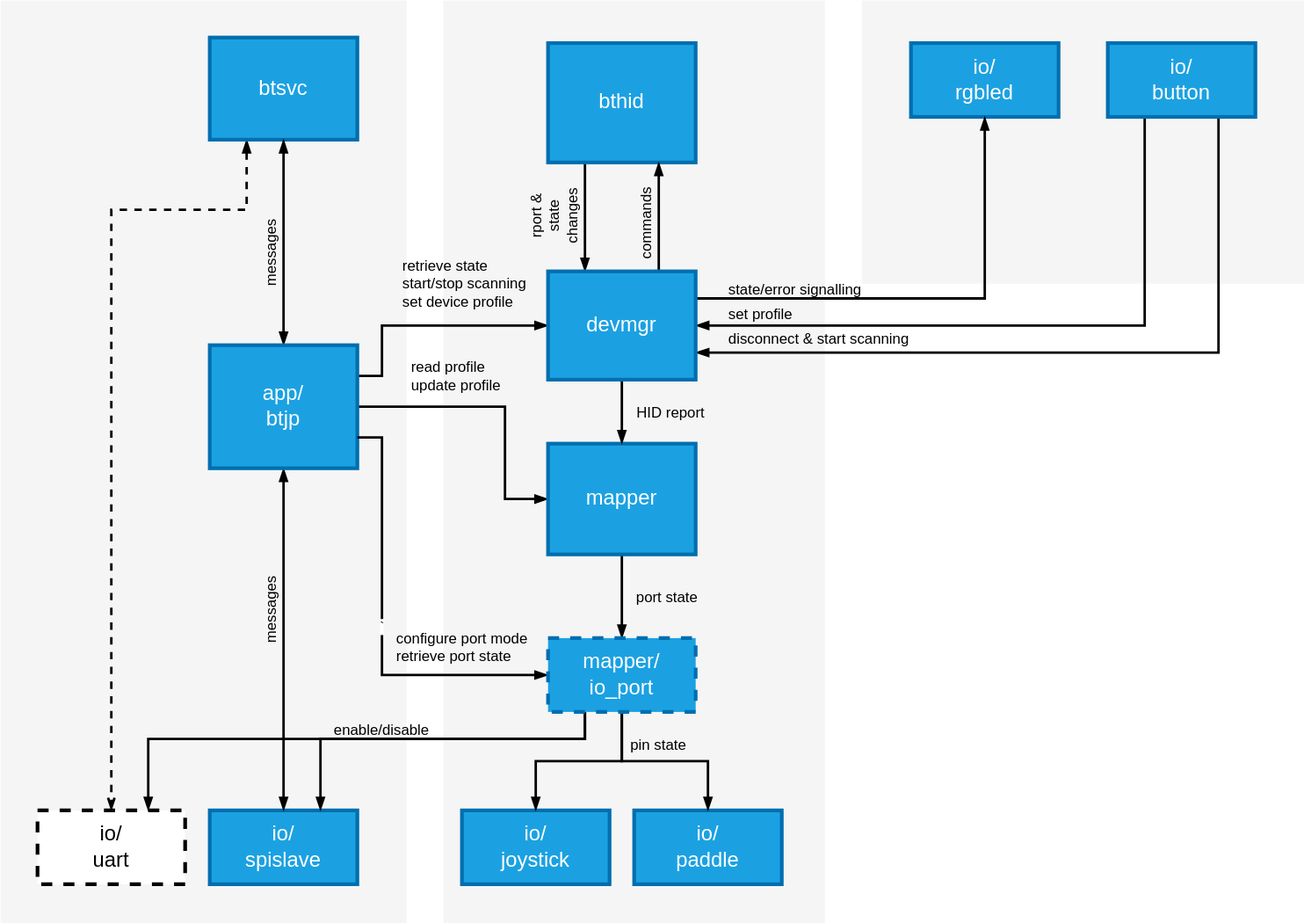
Above: doc/images/arch.drawio.svg in cepetr/blue2joy (draw.io), before the change. Source tidied: cells renumbered, new cells last; positions are measured from the earlier drawing's top-left corner, leaving out a move shared by most shapes. Source of this version:
```xml
<mxGraphModel>
  <root>
    <mxCell id="0" />
    <mxCell id="1" parent="0" />
    <mxCell id="2" style="rounded=0;whiteSpace=wrap;html=1;fillColor=#f5f5f5;fontColor=#333333;strokeColor=none;" parent="1" vertex="1">
      <mxGeometry width="330" height="750" as="geometry" />
    </mxCell>
    <mxCell id="3" style="rounded=0;whiteSpace=wrap;html=1;fillColor=#f5f5f5;fontColor=#333333;strokeColor=none;" parent="1" vertex="1">
      <mxGeometry x="700" width="360" height="230" as="geometry" />
    </mxCell>
    <mxCell id="4" style="rounded=0;whiteSpace=wrap;html=1;fillColor=#f5f5f5;fontColor=#333333;strokeColor=none;" parent="1" vertex="1">
      <mxGeometry x="360" width="310" height="750" as="geometry" />
    </mxCell>
    <mxCell id="5" style="edgeStyle=orthogonalEdgeStyle;rounded=0;jettySize=auto;html=1;exitX=0.25;exitY=1;exitDx=0;exitDy=0;entryX=1;entryY=0.5;entryDx=0;entryDy=0;strokeWidth=2;endArrow=blockThin;endFill=1;" parent="1" edge="1" source="7" target="33">
      <mxGeometry relative="1" as="geometry">
        <Array as="points">
          <mxPoint x="930" y="264" />
        </Array>
      </mxGeometry>
    </mxCell>
    <mxCell id="6" style="edgeStyle=orthogonalEdgeStyle;rounded=0;jettySize=auto;html=1;exitX=0.75;exitY=1;exitDx=0;exitDy=0;entryX=1;entryY=0.75;entryDx=0;entryDy=0;strokeWidth=2;endArrow=blockThin;endFill=1;" parent="1" edge="1" source="7" target="33">
      <mxGeometry relative="1" as="geometry" />
    </mxCell>
    <mxCell id="7" value="&lt;font style=&quot;color: rgb(255, 255, 255);&quot;&gt;io/&lt;/font&gt;&lt;div&gt;&lt;font style=&quot;color: rgb(255, 255, 255);&quot;&gt;button&lt;/font&gt;&lt;/div&gt;" style="rounded=0;whiteSpace=wrap;html=1;strokeWidth=3;fontSize=17;fontStyle=0;fillColor=#1ba1e2;strokeColor=#006EAF;fontColor=#ffffff;" parent="1" vertex="1">
      <mxGeometry x="900" y="34.5" width="120" height="60" as="geometry" />
    </mxCell>
    <mxCell id="8" value="&lt;font style=&quot;color: rgb(255, 255, 255);&quot;&gt;io/&lt;/font&gt;&lt;div&gt;&lt;font style=&quot;color: rgb(255, 255, 255);&quot;&gt;rgbled&lt;/font&gt;&lt;/div&gt;" style="rounded=0;whiteSpace=wrap;html=1;strokeWidth=3;fontSize=17;fontStyle=0;fillColor=#1ba1e2;strokeColor=#006EAF;fontColor=#ffffff;" parent="1" vertex="1">
      <mxGeometry x="740" y="34.5" width="120" height="60" as="geometry" />
    </mxCell>
    <mxCell id="9" style="edgeStyle=orthogonalEdgeStyle;rounded=0;jettySize=auto;html=1;exitX=0.25;exitY=1;exitDx=0;exitDy=0;entryX=0.5;entryY=0;entryDx=0;entryDy=0;startArrow=blockThin;startFill=1;strokeWidth=2;endArrow=openThin;endFill=0;strokeColor=#000000;dashed=1;" parent="1" edge="1" source="10" target="14">
      <mxGeometry relative="1" as="geometry">
        <Array as="points">
          <mxPoint x="200" y="170" />
          <mxPoint x="90" y="170" />
        </Array>
      </mxGeometry>
    </mxCell>
    <mxCell id="10" value="btsvc" style="rounded=0;whiteSpace=wrap;html=1;strokeWidth=3;fontSize=17;fontStyle=0;fillColor=#1ba1e2;strokeColor=#006EAF;fontColor=#ffffff;" parent="1" vertex="1">
      <mxGeometry x="170" y="30" width="120" height="83" as="geometry" />
    </mxCell>
    <mxCell id="11" value="&lt;font style=&quot;color: rgb(255, 255, 255);&quot;&gt;io/&lt;/font&gt;&lt;div&gt;&lt;font style=&quot;color: rgb(255, 255, 255);&quot;&gt;spislave&lt;/font&gt;&lt;/div&gt;" style="rounded=0;whiteSpace=wrap;html=1;strokeWidth=3;fontSize=17;fontStyle=0;fillColor=#1ba1e2;strokeColor=#006EAF;fontColor=#ffffff;" parent="1" vertex="1">
      <mxGeometry x="170" y="658" width="120" height="60" as="geometry" />
    </mxCell>
    <mxCell id="12" value="&lt;font style=&quot;color: rgb(255, 255, 255);&quot;&gt;io/&lt;/font&gt;&lt;div&gt;&lt;font style=&quot;color: rgb(255, 255, 255);&quot;&gt;joystick&lt;/font&gt;&lt;/div&gt;" style="rounded=0;whiteSpace=wrap;html=1;strokeWidth=3;fontSize=17;fontStyle=0;fillColor=#1ba1e2;strokeColor=#006EAF;fontColor=#ffffff;" parent="1" vertex="1">
      <mxGeometry x="375" y="658" width="120" height="60" as="geometry" />
    </mxCell>
    <mxCell id="13" value="&lt;font style=&quot;color: rgb(255, 255, 255);&quot;&gt;io/&lt;/font&gt;&lt;div&gt;&lt;font style=&quot;color: rgb(255, 255, 255);&quot;&gt;paddle&lt;/font&gt;&lt;/div&gt;" style="rounded=0;whiteSpace=wrap;html=1;strokeWidth=3;fontSize=17;fontStyle=0;fillColor=#1ba1e2;strokeColor=#006EAF;fontColor=#ffffff;" parent="1" vertex="1">
      <mxGeometry x="515" y="658" width="120" height="60" as="geometry" />
    </mxCell>
    <mxCell id="14" value="io/&lt;div&gt;uart&lt;/div&gt;" style="rounded=0;whiteSpace=wrap;html=1;dashed=1;strokeWidth=3;fontSize=17;fontStyle=0;" parent="1" vertex="1">
      <mxGeometry x="30" y="658" width="120" height="60" as="geometry" />
    </mxCell>
    <mxCell id="15" style="edgeStyle=orthogonalEdgeStyle;rounded=0;jettySize=auto;html=1;exitX=0.5;exitY=0;exitDx=0;exitDy=0;entryX=0.5;entryY=1;entryDx=0;entryDy=0;startArrow=blockThin;startFill=1;strokeWidth=2;endArrow=blockThin;endFill=1;" parent="1" edge="1" source="19" target="10">
      <mxGeometry relative="1" as="geometry">
        <Array as="points">
          <mxPoint x="230" y="198" />
          <mxPoint x="230" y="198" />
        </Array>
      </mxGeometry>
    </mxCell>
    <mxCell id="16" style="edgeStyle=orthogonalEdgeStyle;rounded=0;jettySize=auto;html=1;exitX=0.5;exitY=1;exitDx=0;exitDy=0;entryX=0.5;entryY=0;entryDx=0;entryDy=0;startArrow=blockThin;startFill=1;strokeWidth=2;endArrow=blockThin;endFill=1;" parent="1" edge="1" source="19" target="11">
      <mxGeometry relative="1" as="geometry">
        <Array as="points">
          <mxPoint x="230" y="608" />
          <mxPoint x="230" y="608" />
        </Array>
      </mxGeometry>
    </mxCell>
    <mxCell id="17" style="edgeStyle=orthogonalEdgeStyle;rounded=0;jettySize=auto;html=1;exitX=1;exitY=0.25;exitDx=0;exitDy=0;entryX=0;entryY=0.5;entryDx=0;entryDy=0;strokeWidth=2;endArrow=blockThin;endFill=1;" parent="1" edge="1" source="19" target="33">
      <mxGeometry relative="1" as="geometry">
        <Array as="points">
          <mxPoint x="310" y="305" />
          <mxPoint x="310" y="264" />
        </Array>
      </mxGeometry>
    </mxCell>
    <mxCell id="18" style="edgeStyle=orthogonalEdgeStyle;rounded=0;jettySize=auto;html=1;exitX=1;exitY=0.5;exitDx=0;exitDy=0;strokeWidth=2;endArrow=blockThin;endFill=1;" parent="1" edge="1" source="19" target="21">
      <mxGeometry relative="1" as="geometry">
        <Array as="points">
          <mxPoint x="410" y="330" />
          <mxPoint x="410" y="405" />
        </Array>
      </mxGeometry>
    </mxCell>
    <mxCell id="19" value="app/&lt;br&gt;btjp" style="rounded=0;whiteSpace=wrap;html=1;strokeWidth=3;fontSize=17;fontStyle=0;fillColor=#1ba1e2;strokeColor=#006EAF;fontColor=#ffffff;" parent="1" vertex="1">
      <mxGeometry x="170" y="280" width="120" height="100" as="geometry" />
    </mxCell>
    <mxCell id="20" style="edgeStyle=orthogonalEdgeStyle;rounded=0;jettySize=auto;html=1;exitX=0.5;exitY=1;exitDx=0;exitDy=0;entryX=0.5;entryY=0;entryDx=0;entryDy=0;strokeWidth=2;endArrow=blockThin;endFill=1;" parent="1" edge="1" source="21" target="29">
      <mxGeometry relative="1" as="geometry">
        <Array as="points">
          <mxPoint x="505" y="508" />
          <mxPoint x="505" y="508" />
        </Array>
      </mxGeometry>
    </mxCell>
    <mxCell id="21" value="mapper" style="rounded=0;whiteSpace=wrap;html=1;strokeWidth=3;fontSize=17;fontStyle=0;fillColor=#1ba1e2;strokeColor=#006EAF;fontColor=#ffffff;" parent="1" vertex="1">
      <mxGeometry x="445" y="360" width="120" height="90" as="geometry" />
    </mxCell>
    <mxCell id="22" style="edgeStyle=orthogonalEdgeStyle;rounded=0;jettySize=auto;html=1;exitX=0.25;exitY=1;exitDx=0;exitDy=0;entryX=0.25;entryY=0;entryDx=0;entryDy=0;strokeWidth=2;endArrow=blockThin;endFill=1;" parent="1" edge="1" source="23" target="33">
      <mxGeometry relative="1" as="geometry" />
    </mxCell>
    <mxCell id="23" value="bthid" style="rounded=0;whiteSpace=wrap;html=1;strokeWidth=3;fontSize=17;fontStyle=0;fillColor=#1ba1e2;strokeColor=#006EAF;fontColor=#ffffff;" parent="1" vertex="1">
      <mxGeometry x="445" y="34.5" width="120" height="97" as="geometry" />
    </mxCell>
    <mxCell id="24" style="edgeStyle=orthogonalEdgeStyle;rounded=0;jettySize=auto;html=1;exitX=0.25;exitY=1;exitDx=0;exitDy=0;entryX=0.75;entryY=0;entryDx=0;entryDy=0;strokeWidth=2;endArrow=blockThin;endFill=1;" parent="1" edge="1" source="29" target="11">
      <mxGeometry relative="1" as="geometry">
        <Array as="points">
          <mxPoint x="475" y="600" />
          <mxPoint x="260" y="600" />
        </Array>
      </mxGeometry>
    </mxCell>
    <mxCell id="25" style="edgeStyle=orthogonalEdgeStyle;rounded=0;jettySize=auto;html=1;exitX=0.5;exitY=1;exitDx=0;exitDy=0;entryX=0.5;entryY=0;entryDx=0;entryDy=0;strokeWidth=2;endArrow=blockThin;endFill=1;" parent="1" edge="1" source="29" target="12">
      <mxGeometry relative="1" as="geometry">
        <Array as="points">
          <mxPoint x="505" y="618" />
          <mxPoint x="435" y="618" />
        </Array>
      </mxGeometry>
    </mxCell>
    <mxCell id="26" style="edgeStyle=orthogonalEdgeStyle;rounded=0;jettySize=auto;html=1;exitX=0.5;exitY=1;exitDx=0;exitDy=0;strokeWidth=2;entryX=0.5;entryY=0;entryDx=0;entryDy=0;endArrow=blockThin;endFill=1;" parent="1" edge="1" source="29" target="13">
      <mxGeometry relative="1" as="geometry">
        <Array as="points">
          <mxPoint x="505" y="618" />
          <mxPoint x="575" y="618" />
        </Array>
      </mxGeometry>
    </mxCell>
    <mxCell id="27" style="edgeStyle=orthogonalEdgeStyle;rounded=0;jettySize=auto;html=1;exitX=0.25;exitY=1;exitDx=0;exitDy=0;entryX=0.75;entryY=0;entryDx=0;entryDy=0;strokeWidth=2;endArrow=blockThin;endFill=1;" parent="1" edge="1" source="29" target="14">
      <mxGeometry relative="1" as="geometry">
        <Array as="points">
          <mxPoint x="475" y="600" />
          <mxPoint x="120" y="600" />
        </Array>
      </mxGeometry>
    </mxCell>
    <mxCell id="28" value="`" style="edgeStyle=orthogonalEdgeStyle;rounded=0;jettySize=auto;html=1;exitX=0;exitY=0.5;exitDx=0;exitDy=0;entryX=1;entryY=0.75;entryDx=0;entryDy=0;startArrow=blockThin;startFill=1;endArrow=none;endFill=0;strokeWidth=2;" parent="1" edge="1" source="29" target="19">
      <mxGeometry relative="1" as="geometry">
        <Array as="points">
          <mxPoint x="310" y="548" />
          <mxPoint x="310" y="355" />
        </Array>
      </mxGeometry>
    </mxCell>
    <mxCell id="29" value="&lt;font style=&quot;color: rgb(255, 255, 255);&quot;&gt;mapper/&lt;br&gt;io_port&lt;/font&gt;" style="rounded=0;whiteSpace=wrap;html=1;dashed=1;strokeWidth=3;fontSize=17;fontStyle=0;fillColor=#1ba1e2;strokeColor=#006EAF;fontColor=#ffffff;" parent="1" vertex="1">
      <mxGeometry x="445" y="518" width="120" height="60" as="geometry" />
    </mxCell>
    <mxCell id="30" style="edgeStyle=orthogonalEdgeStyle;rounded=0;jettySize=auto;html=1;entryX=0.5;entryY=0;entryDx=0;entryDy=0;strokeWidth=2;endArrow=blockThin;endFill=1;" parent="1" edge="1" target="21">
      <mxGeometry relative="1" as="geometry">
        <mxPoint x="505" y="308" as="sourcePoint" />
        <Array as="points">
          <mxPoint x="505" y="358" />
          <mxPoint x="505" y="358" />
        </Array>
      </mxGeometry>
    </mxCell>
    <mxCell id="31" style="edgeStyle=orthogonalEdgeStyle;rounded=0;jettySize=auto;html=1;exitX=1;exitY=0.25;exitDx=0;exitDy=0;entryX=0.5;entryY=1;entryDx=0;entryDy=0;strokeWidth=2;endArrow=blockThin;endFill=1;" parent="1" edge="1" source="33" target="8">
      <mxGeometry relative="1" as="geometry" />
    </mxCell>
    <mxCell id="32" style="edgeStyle=orthogonalEdgeStyle;rounded=0;jettySize=auto;html=1;exitX=0.75;exitY=0;exitDx=0;exitDy=0;entryX=0.75;entryY=1;entryDx=0;entryDy=0;strokeWidth=2;endArrow=blockThin;endFill=1;" parent="1" edge="1" source="33" target="23">
      <mxGeometry relative="1" as="geometry" />
    </mxCell>
    <mxCell id="33" value="devmgr" style="rounded=0;whiteSpace=wrap;html=1;strokeWidth=3;fontSize=17;fontStyle=0;fillColor=#1ba1e2;strokeColor=#006EAF;fontColor=#ffffff;" parent="1" vertex="1">
      <mxGeometry x="445" y="220" width="120" height="88" as="geometry" />
    </mxCell>
    <mxCell id="34" value="enable/disable" style="text;html=1;align=center;verticalAlign=middle;whiteSpace=wrap;rounded=0;" parent="1" vertex="1">
      <mxGeometry x="280" y="578" width="60" height="30" as="geometry" />
    </mxCell>
    <mxCell id="35" value="retrieve state&lt;br&gt;start/stop scanning&lt;br&gt;set device profile" style="text;html=1;align=left;verticalAlign=middle;whiteSpace=wrap;rounded=0;" parent="1" vertex="1">
      <mxGeometry x="325" y="190" width="115" height="80" as="geometry" />
    </mxCell>
    <mxCell id="36" value="state/error signalling" style="text;html=1;align=left;verticalAlign=middle;whiteSpace=wrap;rounded=0;" parent="1" vertex="1">
      <mxGeometry x="590" y="220" width="140" height="30" as="geometry" />
    </mxCell>
    <mxCell id="37" value="disconnect &amp;amp; start scanning" style="text;html=1;align=left;verticalAlign=middle;whiteSpace=wrap;rounded=0;" parent="1" vertex="1">
      <mxGeometry x="590" y="260" width="150" height="30" as="geometry" />
    </mxCell>
    <mxCell id="38" value="set profile" style="text;html=1;align=left;verticalAlign=middle;whiteSpace=wrap;rounded=0;" parent="1" vertex="1">
      <mxGeometry x="590" y="240" width="90" height="30" as="geometry" />
    </mxCell>
    <mxCell id="39" value="&lt;div style=&quot;text-align: left;&quot;&gt;&lt;span style=&quot;background-color: transparent; color: light-dark(rgb(0, 0, 0), rgb(255, 255, 255));&quot;&gt;read profile&lt;/span&gt;&lt;/div&gt;update profile" style="text;html=1;align=center;verticalAlign=middle;whiteSpace=wrap;rounded=0;" parent="1" vertex="1">
      <mxGeometry x="315" y="290" width="111" height="30" as="geometry" />
    </mxCell>
    <mxCell id="40" value="configure&amp;nbsp;&lt;span style=&quot;background-color: transparent; color: light-dark(rgb(0, 0, 0), rgb(255, 255, 255));&quot;&gt;port mode&lt;br&gt;retrieve port state&lt;br&gt;&lt;br&gt;&lt;/span&gt;" style="text;html=1;align=left;verticalAlign=middle;whiteSpace=wrap;rounded=0;" parent="1" vertex="1">
      <mxGeometry x="320" y="518" width="120" height="30" as="geometry" />
    </mxCell>
    <mxCell id="41" value="messages" style="text;html=1;align=center;verticalAlign=middle;whiteSpace=wrap;rounded=0;rotation=-90;" parent="1" vertex="1">
      <mxGeometry x="190" y="480" width="60" height="30" as="geometry" />
    </mxCell>
    <mxCell id="42" value="messages" style="text;html=1;align=center;verticalAlign=middle;whiteSpace=wrap;rounded=0;rotation=-90;" parent="1" vertex="1">
      <mxGeometry x="190" y="190" width="60" height="30" as="geometry" />
    </mxCell>
    <mxCell id="43" value="HID report" style="text;html=1;align=center;verticalAlign=middle;whiteSpace=wrap;rounded=0;rotation=0;" parent="1" vertex="1">
      <mxGeometry x="515" y="320" width="60" height="30" as="geometry" />
    </mxCell>
    <mxCell id="44" value="port state" style="text;html=1;align=left;verticalAlign=middle;whiteSpace=wrap;rounded=0;rotation=0;" parent="1" vertex="1">
      <mxGeometry x="515" y="470" width="95" height="30" as="geometry" />
    </mxCell>
    <mxCell id="45" value="rport &amp;amp; state&lt;br&gt;changes" style="text;html=1;align=center;verticalAlign=middle;whiteSpace=wrap;rounded=0;rotation=-90;" parent="1" vertex="1">
      <mxGeometry x="420" y="160" width="60" height="30" as="geometry" />
    </mxCell>
    <mxCell id="46" value="commands" style="text;html=1;align=center;verticalAlign=middle;whiteSpace=wrap;rounded=0;rotation=-90;" parent="1" vertex="1">
      <mxGeometry x="495" y="166" width="60" height="30" as="geometry" />
    </mxCell>
    <mxCell id="47" value="pin state" style="text;html=1;align=center;verticalAlign=middle;whiteSpace=wrap;rounded=0;rotation=0;" parent="1" vertex="1">
      <mxGeometry x="505" y="590" width="60" height="30" as="geometry" />
    </mxCell>
  </root>
</mxGraphModel>
```
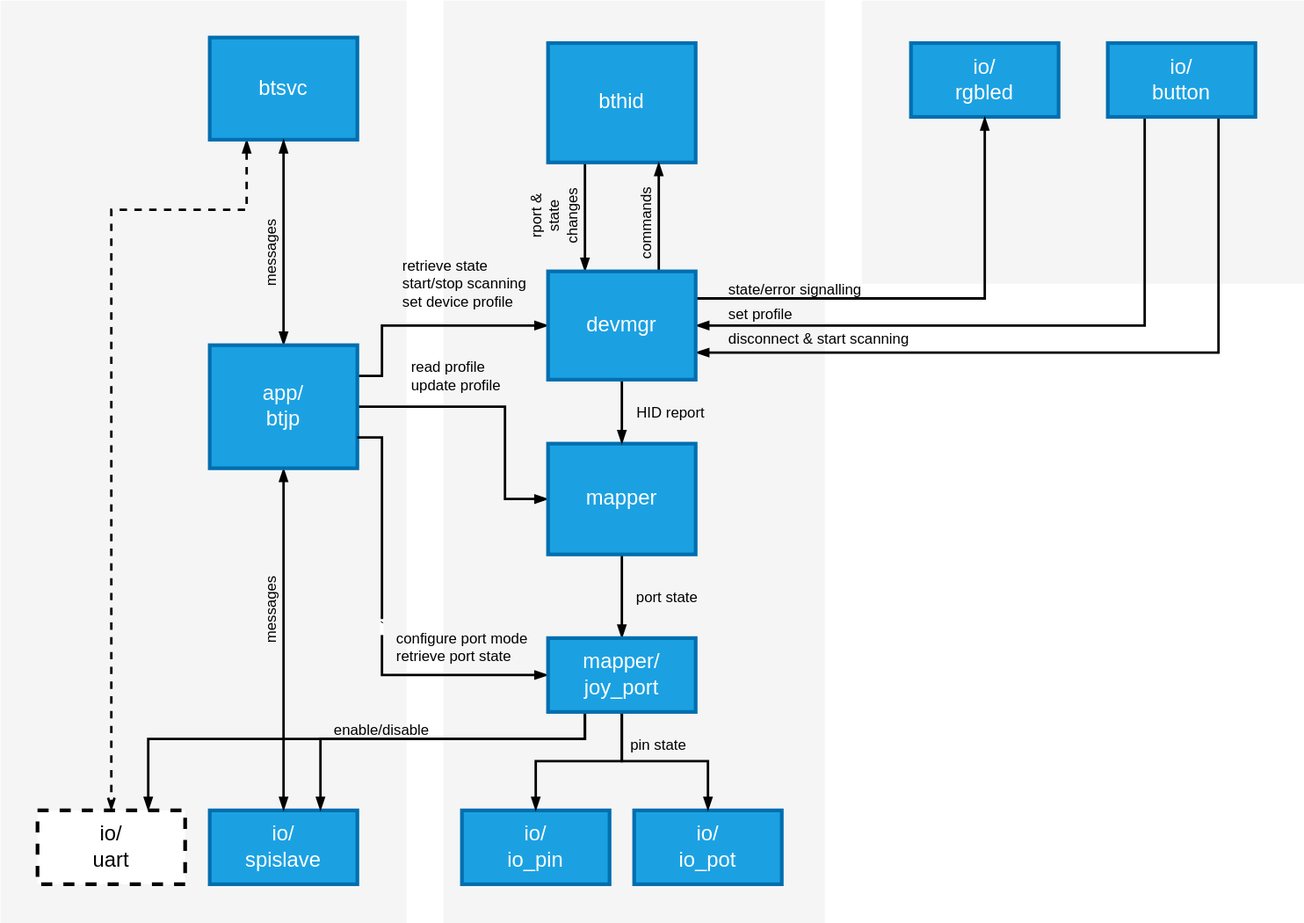
Above is the later version.

The edit, as a diff of the source:
```diff
@@ -41,10 +41,10 @@
     <mxCell id="11" value="&lt;font style=&quot;color: rgb(255, 255, 255);&quot;&gt;io/&lt;/font&gt;&lt;div&gt;&lt;font style=&quot;color: rgb(255, 255, 255);&quot;&gt;spislave&lt;/font&gt;&lt;/div&gt;" style="rounded=0;whiteSpace=wrap;html=1;strokeWidth=3;fontSize=17;fontStyle=0;fillColor=#1ba1e2;strokeColor=#006EAF;fontColor=#ffffff;" parent="1" vertex="1">
       <mxGeometry x="170" y="658" width="120" height="60" as="geometry" />
     </mxCell>
-    <mxCell id="12" value="&lt;font style=&quot;color: rgb(255, 255, 255);&quot;&gt;io/&lt;/font&gt;&lt;div&gt;&lt;font style=&quot;color: rgb(255, 255, 255);&quot;&gt;joystick&lt;/font&gt;&lt;/div&gt;" style="rounded=0;whiteSpace=wrap;html=1;strokeWidth=3;fontSize=17;fontStyle=0;fillColor=#1ba1e2;strokeColor=#006EAF;fontColor=#ffffff;" parent="1" vertex="1">
+    <mxCell id="12" value="&lt;font style=&quot;color: rgb(255, 255, 255);&quot;&gt;io/&lt;br&gt;io_pin&lt;br&gt;&lt;/font&gt;" style="rounded=0;whiteSpace=wrap;html=1;strokeWidth=3;fontSize=17;fontStyle=0;fillColor=#1ba1e2;strokeColor=#006EAF;fontColor=#ffffff;" parent="1" vertex="1">
       <mxGeometry x="375" y="658" width="120" height="60" as="geometry" />
     </mxCell>
-    <mxCell id="13" value="&lt;font style=&quot;color: rgb(255, 255, 255);&quot;&gt;io/&lt;/font&gt;&lt;div&gt;&lt;font style=&quot;color: rgb(255, 255, 255);&quot;&gt;paddle&lt;/font&gt;&lt;/div&gt;" style="rounded=0;whiteSpace=wrap;html=1;strokeWidth=3;fontSize=17;fontStyle=0;fillColor=#1ba1e2;strokeColor=#006EAF;fontColor=#ffffff;" parent="1" vertex="1">
+    <mxCell id="13" value="&lt;font style=&quot;color: rgb(255, 255, 255);&quot;&gt;io/&lt;/font&gt;&lt;div&gt;&lt;font style=&quot;color: rgb(255, 255, 255);&quot;&gt;io_pot&lt;/font&gt;&lt;/div&gt;" style="rounded=0;whiteSpace=wrap;html=1;strokeWidth=3;fontSize=17;fontStyle=0;fillColor=#1ba1e2;strokeColor=#006EAF;fontColor=#ffffff;" parent="1" vertex="1">
       <mxGeometry x="515" y="658" width="120" height="60" as="geometry" />
     </mxCell>
     <mxCell id="14" value="io/&lt;div&gt;uart&lt;/div&gt;" style="rounded=0;whiteSpace=wrap;html=1;dashed=1;strokeWidth=3;fontSize=17;fontStyle=0;" parent="1" vertex="1">
@@ -142,7 +142,7 @@
         </Array>
       </mxGeometry>
     </mxCell>
-    <mxCell id="29" value="&lt;font style=&quot;color: rgb(255, 255, 255);&quot;&gt;mapper/&lt;br&gt;io_port&lt;/font&gt;" style="rounded=0;whiteSpace=wrap;html=1;dashed=1;strokeWidth=3;fontSize=17;fontStyle=0;fillColor=#1ba1e2;strokeColor=#006EAF;fontColor=#ffffff;" parent="1" vertex="1">
+    <mxCell id="29" value="&lt;font style=&quot;color: rgb(255, 255, 255);&quot;&gt;mapper/&lt;br&gt;joy_port&lt;/font&gt;" style="rounded=0;whiteSpace=wrap;html=1;strokeWidth=3;fontSize=17;fontStyle=0;fillColor=#1ba1e2;strokeColor=#006EAF;fontColor=#ffffff;" parent="1" vertex="1">
       <mxGeometry x="445" y="518" width="120" height="60" as="geometry" />
     </mxCell>
     <mxCell id="30" style="edgeStyle=orthogonalEdgeStyle;rounded=0;jettySize=auto;html=1;entryX=0.5;entryY=0;entryDx=0;entryDy=0;strokeWidth=2;endArrow=blockThin;endFill=1;" parent="1" edge="1" target="21">
```
